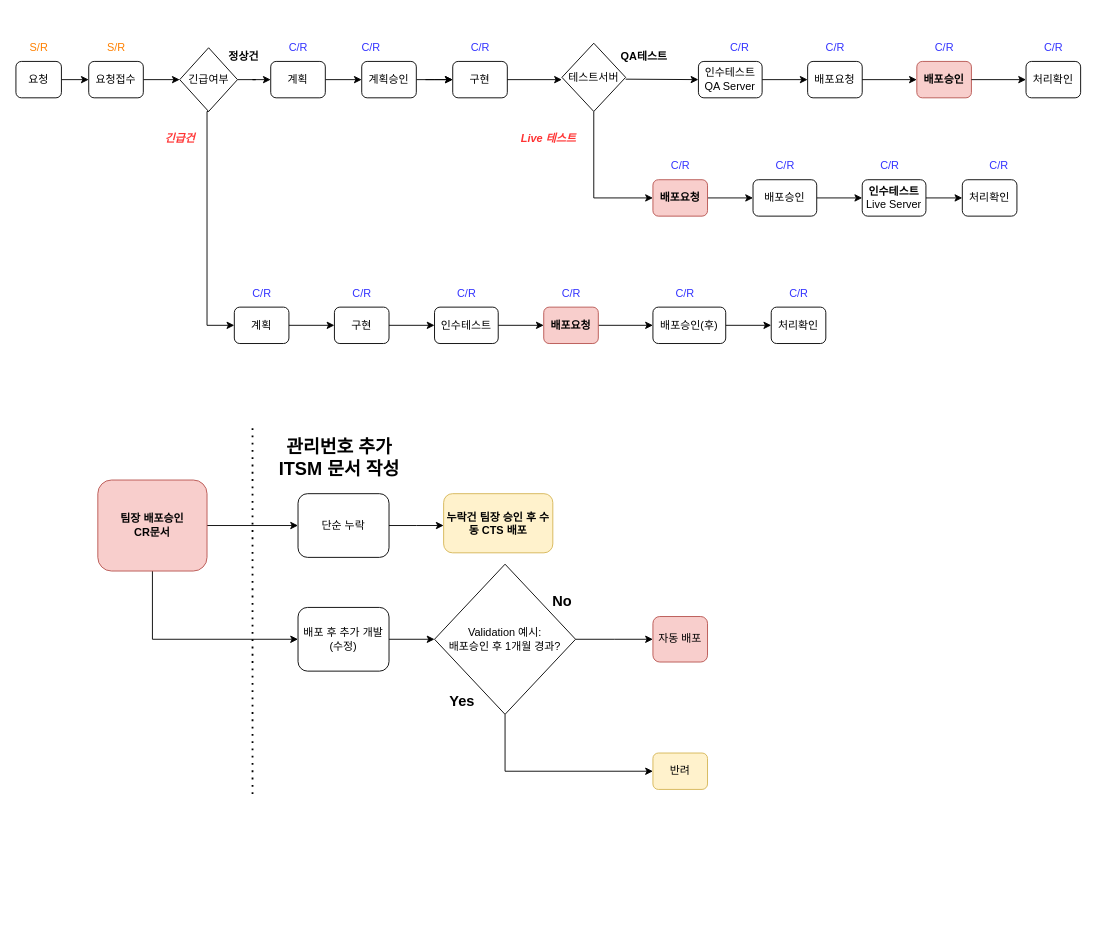
This is 제목 없는 다이어그램.drawio from attabooi/attabooi, a draw.io file, before an edit. Source tidied: cells renumbered, new cells numbered last; positions are measured from the earlier drawing's top-left corner, leaving out a move shared by most shapes. Both pictures are drawn from the tidied source at 91%, with x=0, y=0 at pixel (15, 34).
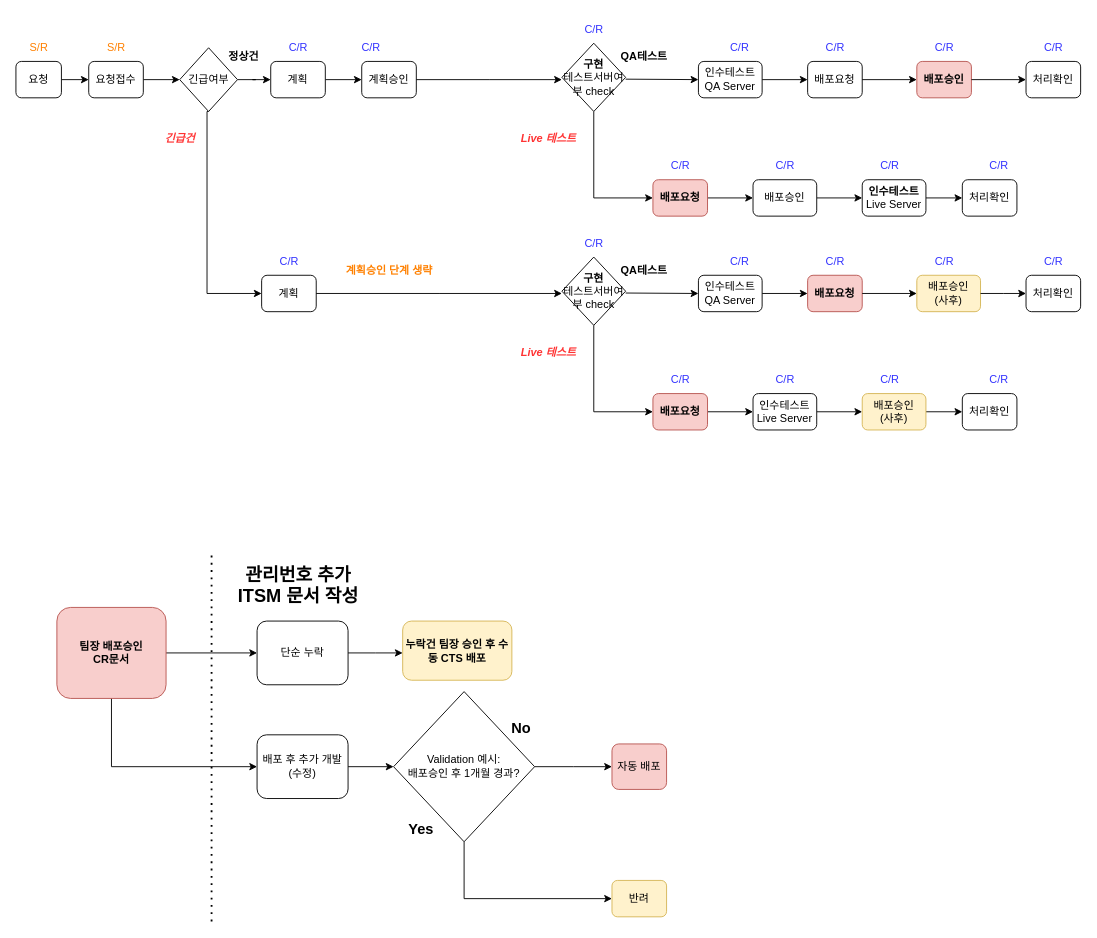
The same page after the edit.

Commit message:
제목 없는 다이어그램.drawio 업데이트

The change refers to these unchanged cells:
```xml
<mxCell id="10" value="계획승인" style="rounded=1;whiteSpace=wrap;html=1;fontSize=12;glass=0;strokeWidth=1;shadow=0;" parent="1" vertex="1">
  <mxGeometry x="380" y="30" width="60" height="40" as="geometry" />
</mxCell>
<mxCell id="31" value="긴급여부" style="rhombus;whiteSpace=wrap;html=1;" parent="1" vertex="1">
  <mxGeometry x="180" y="15" width="63.5" height="70" as="geometry" />
</mxCell>
```

The edit, as a diff of the source:
```diff
@@
+    <mxCell id="84" value="배포승인&lt;br&gt;(사후)" style="rounded=1;whiteSpace=wrap;html=1;fontSize=12;glass=0;strokeWidth=1;shadow=0;fontStyle=0;fillColor=#fff2cc;strokeColor=#d6b656;" parent="1" vertex="1">
+      <mxGeometry x="990" y="265" width="70" height="40" as="geometry" />
+    </mxCell>
@@
-    <mxCell id="9" style="edgeStyle=orthogonalEdgeStyle;rounded=0;jettySize=auto;html=1;exitX=1;exitY=0.5;exitDx=0;exitDy=0;" parent="1" edge="1" source="10">
-      <mxGeometry relative="1" as="geometry">
-        <mxPoint x="480" y="50" as="targetPoint" />
-      </mxGeometry>
-    </mxCell>
@@
-    <mxCell id="11" style="edgeStyle=orthogonalEdgeStyle;rounded=0;orthogonalLoop=1;jettySize=auto;html=1;" parent="1" edge="1">
-      <mxGeometry relative="1" as="geometry">
-        <mxPoint x="450" y="50" as="sourcePoint" />
-        <mxPoint x="480" y="50" as="targetPoint" />
-      </mxGeometry>
-    </mxCell>
-    <mxCell id="12" value="구현" style="rounded=1;whiteSpace=wrap;html=1;fontSize=12;glass=0;strokeWidth=1;shadow=0;" parent="1" vertex="1">
-      <mxGeometry x="480" y="30" width="60" height="40" as="geometry" />
-    </mxCell>
-    <mxCell id="13" style="edgeStyle=orthogonalEdgeStyle;rounded=0;orthogonalLoop=1;jettySize=auto;html=1;exitX=1;exitY=0.5;exitDx=0;exitDy=0;" parent="1" edge="1">
+    <mxCell id="13" style="edgeStyle=orthogonalEdgeStyle;rounded=0;jettySize=auto;html=1;exitX=1;exitY=0.5;exitDx=0;exitDy=0;" parent="1" edge="1" source="10">
       <mxGeometry relative="1" as="geometry">
-        <mxPoint x="540" y="50" as="sourcePoint" />
         <mxPoint x="600" y="50" as="targetPoint" />
       </mxGeometry>
     </mxCell>
@@
     <mxCell id="25" value="C/R" style="text;html=1;align=center;verticalAlign=middle;strokeColor=none;fillColor=none;fontColor=#3333FF;" parent="1" vertex="1">
-      <mxGeometry x="490" width="40" height="30" as="geometry" />
+      <mxGeometry x="615" y="-20" width="40" height="30" as="geometry" />
     </mxCell>
@@
     <mxCell id="30" style="edgeStyle=orthogonalEdgeStyle;rounded=0;jettySize=auto;html=1;exitX=0.5;exitY=1;exitDx=0;exitDy=0;entryX=0;entryY=0.5;entryDx=0;entryDy=0;" parent="1" edge="1" source="31" target="35">
       <mxGeometry relative="1" as="geometry">
         <Array as="points">
           <mxPoint x="210" y="85" />
-          <mxPoint x="210" y="320" />
+          <mxPoint x="210" y="285" />
         </Array>
       </mxGeometry>
     </mxCell>
@@
-    <mxCell id="34" style="edgeStyle=orthogonalEdgeStyle;rounded=0;jettySize=auto;html=1;exitX=1;exitY=0.5;exitDx=0;exitDy=0;entryX=0;entryY=0.5;entryDx=0;entryDy=0;" parent="1" edge="1" source="35" target="38">
-      <mxGeometry relative="1" as="geometry" />
-    </mxCell>
     <mxCell id="35" value="계획" style="rounded=1;whiteSpace=wrap;html=1;fontSize=12;glass=0;strokeWidth=1;shadow=0;" parent="1" vertex="1">
-      <mxGeometry x="240" y="300" width="60" height="40" as="geometry" />
+      <mxGeometry x="270" y="265" width="60" height="40" as="geometry" />
     </mxCell>
     <mxCell id="36" value="C/R" style="text;html=1;align=center;verticalAlign=middle;strokeColor=none;fillColor=none;fontColor=#3333FF;" parent="1" vertex="1">
-      <mxGeometry x="250" y="270" width="40" height="30" as="geometry" />
+      <mxGeometry x="280" y="235" width="40" height="30" as="geometry" />
     </mxCell>
-    <mxCell id="37" style="edgeStyle=orthogonalEdgeStyle;rounded=0;jettySize=auto;html=1;exitX=1;exitY=0.5;exitDx=0;exitDy=0;" parent="1" edge="1" source="38" target="41">
-      <mxGeometry relative="1" as="geometry" />
-    </mxCell>
-    <mxCell id="38" value="구현" style="rounded=1;whiteSpace=wrap;html=1;fontSize=12;glass=0;strokeWidth=1;shadow=0;" parent="1" vertex="1">
-      <mxGeometry x="350" y="300" width="60" height="40" as="geometry" />
-    </mxCell>
     <mxCell id="39" value="C/R" style="text;html=1;align=center;verticalAlign=middle;strokeColor=none;fillColor=none;fontColor=#3333FF;" parent="1" vertex="1">
-      <mxGeometry x="360" y="270" width="40" height="30" as="geometry" />
+      <mxGeometry x="615" y="215" width="40" height="30" as="geometry" />
     </mxCell>
-    <mxCell id="40" style="edgeStyle=orthogonalEdgeStyle;rounded=0;jettySize=auto;html=1;exitX=1;exitY=0.5;exitDx=0;exitDy=0;" parent="1" edge="1" source="41" target="44">
-      <mxGeometry relative="1" as="geometry" />
-    </mxCell>
-    <mxCell id="41" value="인수테스트" style="rounded=1;whiteSpace=wrap;html=1;fontSize=12;glass=0;strokeWidth=1;shadow=0;" parent="1" vertex="1">
-      <mxGeometry x="460" y="300" width="70" height="40" as="geometry" />
-    </mxCell>
-    <mxCell id="42" value="C/R" style="text;html=1;align=center;verticalAlign=middle;strokeColor=none;fillColor=none;fontColor=#3333FF;" parent="1" vertex="1">
-      <mxGeometry x="475" y="270" width="40" height="30" as="geometry" />
-    </mxCell>
-    <mxCell id="43" style="edgeStyle=orthogonalEdgeStyle;rounded=0;jettySize=auto;html=1;exitX=1;exitY=0.5;exitDx=0;exitDy=0;entryX=0;entryY=0.5;entryDx=0;entryDy=0;" parent="1" edge="1" source="44" target="47">
-      <mxGeometry relative="1" as="geometry" />
-    </mxCell>
-    <mxCell id="44" value="배포요청" style="rounded=1;whiteSpace=wrap;html=1;fontSize=12;glass=0;strokeWidth=1;shadow=0;fillColor=#f8cecc;strokeColor=#b85450;fontStyle=1;" parent="1" vertex="1">
-      <mxGeometry x="580" y="300" width="60" height="40" as="geometry" />
-    </mxCell>
-    <mxCell id="45" value="C/R" style="text;html=1;align=center;verticalAlign=middle;strokeColor=none;fillColor=none;fontColor=#3333FF;" parent="1" vertex="1">
-      <mxGeometry x="590" y="270" width="40" height="30" as="geometry" />
-    </mxCell>
-    <mxCell id="46" style="edgeStyle=orthogonalEdgeStyle;rounded=0;jettySize=auto;html=1;exitX=1;exitY=0.5;exitDx=0;exitDy=0;" parent="1" edge="1" source="47" target="49">
-      <mxGeometry relative="1" as="geometry" />
-    </mxCell>
-    <mxCell id="47" value="배포승인(후)" style="rounded=1;whiteSpace=wrap;html=1;fontSize=12;glass=0;strokeWidth=1;shadow=0;" parent="1" vertex="1">
-      <mxGeometry x="700" y="300" width="80" height="40" as="geometry" />
-    </mxCell>
-    <mxCell id="48" value="C/R" style="text;html=1;align=center;verticalAlign=middle;strokeColor=none;fillColor=none;fontColor=#3333FF;" parent="1" vertex="1">
-      <mxGeometry x="715" y="270" width="40" height="30" as="geometry" />
-    </mxCell>
-    <mxCell id="49" value="처리확인" style="rounded=1;whiteSpace=wrap;html=1;fontSize=12;glass=0;strokeWidth=1;shadow=0;" parent="1" vertex="1">
-      <mxGeometry x="830" y="300" width="60" height="40" as="geometry" />
-    </mxCell>
-    <mxCell id="50" value="C/R" style="text;html=1;align=center;verticalAlign=middle;strokeColor=none;fillColor=none;fontColor=#3333FF;" parent="1" vertex="1">
-      <mxGeometry x="840" y="270" width="40" height="30" as="geometry" />
-    </mxCell>
@@
-    <mxCell id="52" value="테스트서버" style="rhombus;whiteSpace=wrap;html=1;" parent="1" vertex="1">
+    <mxCell id="52" value="&lt;b&gt;구현&lt;/b&gt;&lt;br&gt;테스트서버여부 check" style="rhombus;whiteSpace=wrap;html=1;" parent="1" vertex="1">
       <mxGeometry x="600" y="10" width="70" height="75" as="geometry" />
     </mxCell>
@@
     <mxCell id="67" style="edgeStyle=orthogonalEdgeStyle;rounded=0;jettySize=auto;html=1;exitX=1;exitY=0.5;exitDx=0;exitDy=0;" parent="1" edge="1" source="68">
       <mxGeometry relative="1" as="geometry">
-        <mxPoint x="470" y="540" as="targetPoint" />
+        <mxPoint x="425" y="680" as="targetPoint" />
       </mxGeometry>
     </mxCell>
     <mxCell id="68" value="단순 누락" style="rounded=1;whiteSpace=wrap;html=1;fontSize=12;glass=0;strokeWidth=1;shadow=0;" parent="1" vertex="1">
-      <mxGeometry x="310" y="505" width="100" height="70" as="geometry" />
+      <mxGeometry x="265" y="645" width="100" height="70" as="geometry" />
     </mxCell>
@@
     <mxCell id="70" style="edgeStyle=orthogonalEdgeStyle;rounded=0;jettySize=auto;html=1;exitX=1;exitY=0.5;exitDx=0;exitDy=0;entryX=0;entryY=0.5;entryDx=0;entryDy=0;" parent="1" edge="1" source="71" target="79">
       <mxGeometry relative="1" as="geometry">
         <Array as="points">
-          <mxPoint x="150" y="540" />
-          <mxPoint x="150" y="665" />
+          <mxPoint x="105" y="680" />
+          <mxPoint x="105" y="805" />
         </Array>
       </mxGeometry>
     </mxCell>
     <mxCell id="71" value="팀장 배포승인&lt;br&gt;CR문서" style="rounded=1;whiteSpace=wrap;html=1;fontSize=12;glass=0;strokeWidth=1;shadow=0;fillColor=#f8cecc;strokeColor=#b85450;fontStyle=1;" parent="1" vertex="1">
-      <mxGeometry x="90" y="490" width="120" height="100" as="geometry" />
+      <mxGeometry x="45" y="630" width="120" height="100" as="geometry" />
     </mxCell>
     <mxCell id="72" value="관리번호 추가&lt;br&gt;ITSM 문서 작성" style="text;html=1;align=center;verticalAlign=middle;strokeColor=none;fillColor=none;fontStyle=1;fontSize=20;" parent="1" vertex="1">
-      <mxGeometry x="275" y="435" width="160" height="60" as="geometry" />
+      <mxGeometry x="230" y="575" width="160" height="60" as="geometry" />
     </mxCell>
     <mxCell id="73" style="edgeStyle=orthogonalEdgeStyle;rounded=0;jettySize=auto;html=1;exitX=1;exitY=0.5;exitDx=0;exitDy=0;" parent="1" edge="1" source="75">
       <mxGeometry relative="1" as="geometry">
-        <mxPoint x="700" y="665" as="targetPoint" />
+        <mxPoint x="655" y="805" as="targetPoint" />
       </mxGeometry>
     </mxCell>
@@
     <mxCell id="75" value="Validation 예시:&lt;br&gt;배포승인 후 1개월 경과?" style="rhombus;whiteSpace=wrap;html=1;" parent="1" vertex="1">
-      <mxGeometry x="460" y="582.5" width="155" height="165" as="geometry" />
+      <mxGeometry x="415" y="722.5" width="155" height="165" as="geometry" />
     </mxCell>
     <mxCell id="76" value="누락건 팀장 승인 후 수동 CTS 배포" style="rounded=1;whiteSpace=wrap;html=1;fontSize=12;glass=0;strokeWidth=1;shadow=0;fontStyle=1;fillColor=#fff2cc;strokeColor=#d6b656;" parent="1" vertex="1">
-      <mxGeometry x="470" y="505" width="120" height="65" as="geometry" />
+      <mxGeometry x="425" y="645" width="120" height="65" as="geometry" />
     </mxCell>
     <mxCell id="77" style="endArrow=none;dashed=1;html=1;dashPattern=1 3;strokeWidth=2;rounded=0;" parent="1" edge="1">
       <mxGeometry relative="1" as="geometry">
-        <mxPoint x="260" y="835" as="sourcePoint" />
-        <mxPoint x="260" y="430" as="targetPoint" />
+        <mxPoint x="215" y="975" as="sourcePoint" />
+        <mxPoint x="215" y="570" as="targetPoint" />
       </mxGeometry>
     </mxCell>
@@
     <mxCell id="79" value="배포 후 추가 개발(수정)" style="rounded=1;whiteSpace=wrap;html=1;fontSize=12;glass=0;strokeWidth=1;shadow=0;" parent="1" vertex="1">
-      <mxGeometry x="310" y="630" width="100" height="70" as="geometry" />
+      <mxGeometry x="265" y="770" width="100" height="70" as="geometry" />
     </mxCell>
     <mxCell id="80" value="No" style="text;html=1;align=center;verticalAlign=middle;strokeColor=none;fillColor=none;fontSize=16;fontStyle=1;" parent="1" vertex="1">
-      <mxGeometry x="580" y="608" width="40" height="30" as="geometry" />
+      <mxGeometry x="535" y="748" width="40" height="30" as="geometry" />
     </mxCell>
     <mxCell id="81" value="자동 배포" style="rounded=1;whiteSpace=wrap;html=1;fontSize=12;glass=0;strokeWidth=1;shadow=0;fillColor=#f8cecc;strokeColor=#b85450;" parent="1" vertex="1">
-      <mxGeometry x="700" y="640" width="60" height="50" as="geometry" />
+      <mxGeometry x="655" y="780" width="60" height="50" as="geometry" />
     </mxCell>
     <mxCell id="82" value="반려" style="rounded=1;whiteSpace=wrap;html=1;fontSize=12;glass=0;strokeWidth=1;shadow=0;fillColor=#fff2cc;strokeColor=#d6b656;" parent="1" vertex="1">
-      <mxGeometry x="700" y="790" width="60" height="40" as="geometry" />
+      <mxGeometry x="655" y="930" width="60" height="40" as="geometry" />
     </mxCell>
     <mxCell id="83" value="Yes" style="text;html=1;align=center;verticalAlign=middle;strokeColor=none;fillColor=none;fontSize=16;fontStyle=1;" parent="1" vertex="1">
-      <mxGeometry x="465" y="717.5" width="50" height="30" as="geometry" />
+      <mxGeometry x="420" y="857.5" width="50" height="30" as="geometry" />
     </mxCell>
+    <mxCell id="85" style="edgeStyle=orthogonalEdgeStyle;rounded=0;jettySize=auto;html=1;exitX=1;exitY=0.5;exitDx=0;exitDy=0;" parent="1" edge="1" source="35">
+      <mxGeometry relative="1" as="geometry">
+        <mxPoint x="600" y="285" as="targetPoint" />
+      </mxGeometry>
+    </mxCell>
+    <mxCell id="86" style="edgeStyle=orthogonalEdgeStyle;rounded=0;jettySize=auto;html=1;exitX=1;exitY=0.5;exitDx=0;exitDy=0;entryX=0;entryY=0.5;entryDx=0;entryDy=0;" parent="1" edge="1" source="87" target="88">
+      <mxGeometry relative="1" as="geometry" />
+    </mxCell>
+    <mxCell id="87" value="인수테스트&lt;br&gt;QA Server" style="rounded=1;whiteSpace=wrap;html=1;fontSize=12;glass=0;strokeWidth=1;shadow=0;" parent="1" vertex="1">
+      <mxGeometry x="750" y="265" width="70" height="40" as="geometry" />
+    </mxCell>
+    <mxCell id="88" value="배포요청" style="rounded=1;whiteSpace=wrap;html=1;fontSize=12;glass=0;strokeWidth=1;shadow=0;fontStyle=1;fillColor=#f8cecc;strokeColor=#b85450;" parent="1" vertex="1">
+      <mxGeometry x="870" y="265" width="60" height="40" as="geometry" />
+    </mxCell>
+    <mxCell id="89" style="edgeStyle=orthogonalEdgeStyle;rounded=0;orthogonalLoop=1;jettySize=auto;html=1;exitX=1;exitY=0.5;exitDx=0;exitDy=0;" parent="1" edge="1">
+      <mxGeometry relative="1" as="geometry">
+        <mxPoint x="930" y="285" as="sourcePoint" />
+        <mxPoint x="990" y="285" as="targetPoint" />
+      </mxGeometry>
+    </mxCell>
+    <mxCell id="90" style="edgeStyle=orthogonalEdgeStyle;rounded=0;jettySize=auto;html=1;exitX=1;exitY=0.5;exitDx=0;exitDy=0;" parent="1" edge="1" source="84">
+      <mxGeometry relative="1" as="geometry">
+        <mxPoint x="1110" y="285" as="targetPoint" />
+      </mxGeometry>
+    </mxCell>
+    <mxCell id="91" value="처리확인" style="rounded=1;whiteSpace=wrap;html=1;fontSize=12;glass=0;strokeWidth=1;shadow=0;" parent="1" vertex="1">
+      <mxGeometry x="1110" y="265" width="60" height="40" as="geometry" />
+    </mxCell>
+    <mxCell id="92" value="C/R" style="text;html=1;align=center;verticalAlign=middle;strokeColor=none;fillColor=none;fontColor=#3333FF;" parent="1" vertex="1">
+      <mxGeometry x="775" y="235" width="40" height="30" as="geometry" />
+    </mxCell>
+    <mxCell id="93" value="C/R" style="text;html=1;align=center;verticalAlign=middle;strokeColor=none;fillColor=none;fontColor=#3333FF;" parent="1" vertex="1">
+      <mxGeometry x="880" y="235" width="40" height="30" as="geometry" />
+    </mxCell>
+    <mxCell id="94" value="C/R" style="text;html=1;align=center;verticalAlign=middle;strokeColor=none;fillColor=none;fontColor=#3333FF;" parent="1" vertex="1">
+      <mxGeometry x="1000" y="235" width="40" height="30" as="geometry" />
+    </mxCell>
+    <mxCell id="95" value="C/R" style="text;html=1;align=center;verticalAlign=middle;strokeColor=none;fillColor=none;fontColor=#3333FF;" parent="1" vertex="1">
+      <mxGeometry x="1120" y="235" width="40" height="30" as="geometry" />
+    </mxCell>
+    <mxCell id="96" style="edgeStyle=orthogonalEdgeStyle;rounded=0;jettySize=auto;html=1;exitX=0.5;exitY=1;exitDx=0;exitDy=0;" parent="1" edge="1" source="97">
+      <mxGeometry relative="1" as="geometry">
+        <mxPoint x="700" y="415" as="targetPoint" />
+        <Array as="points">
+          <mxPoint x="635" y="415" />
+        </Array>
+      </mxGeometry>
+    </mxCell>
+    <mxCell id="97" value="&lt;b style=&quot;border-color: var(--border-color);&quot;&gt;구현&lt;/b&gt;&lt;br style=&quot;border-color: var(--border-color);&quot;&gt;테스트서버여부 check" style="rhombus;whiteSpace=wrap;html=1;" parent="1" vertex="1">
+      <mxGeometry x="600" y="245" width="70" height="75" as="geometry" />
+    </mxCell>
+    <mxCell id="98" value="QA테스트" style="text;html=1;align=center;verticalAlign=middle;strokeColor=none;fillColor=none;fontStyle=1;" parent="1" vertex="1">
+      <mxGeometry x="650" y="245" width="80" height="30" as="geometry" />
+    </mxCell>
+    <mxCell id="99" value="Live 테스트" style="text;html=1;align=center;verticalAlign=middle;strokeColor=none;fillColor=none;fontStyle=3;fontColor=#FF3333;" parent="1" vertex="1">
+      <mxGeometry x="540" y="335" width="90" height="30" as="geometry" />
+    </mxCell>
+    <mxCell id="100" style="edgeStyle=orthogonalEdgeStyle;rounded=0;jettySize=auto;html=1;exitX=1;exitY=0.5;exitDx=0;exitDy=0;entryX=0;entryY=0.5;entryDx=0;entryDy=0;" parent="1" edge="1" source="44" target="103">
+      <mxGeometry relative="1" as="geometry" />
+    </mxCell>
+    <mxCell id="44" value="배포요청" style="rounded=1;whiteSpace=wrap;html=1;fontSize=12;glass=0;strokeWidth=1;shadow=0;fillColor=#f8cecc;strokeColor=#b85450;fontStyle=1;" parent="1" vertex="1">
+      <mxGeometry x="700" y="395" width="60" height="40" as="geometry" />
+    </mxCell>
+    <mxCell id="101" value="C/R" style="text;html=1;align=center;verticalAlign=middle;strokeColor=none;fillColor=none;fontColor=#3333FF;" parent="1" vertex="1">
+      <mxGeometry x="710" y="365" width="40" height="30" as="geometry" />
+    </mxCell>
+    <mxCell id="102" style="edgeStyle=orthogonalEdgeStyle;rounded=0;jettySize=auto;html=1;exitX=1;exitY=0.5;exitDx=0;exitDy=0;entryX=0;entryY=0.5;entryDx=0;entryDy=0;" parent="1" edge="1" source="103" target="107">
+      <mxGeometry relative="1" as="geometry" />
+    </mxCell>
+    <mxCell id="103" value="인수테스트&lt;br style=&quot;border-color: var(--border-color);&quot;&gt;&lt;span style=&quot;border-color: var(--border-color);&quot;&gt;Live Server&lt;/span&gt;" style="rounded=1;whiteSpace=wrap;html=1;fontSize=12;glass=0;strokeWidth=1;shadow=0;" parent="1" vertex="1">
+      <mxGeometry x="810" y="395" width="70" height="40" as="geometry" />
+    </mxCell>
+    <mxCell id="104" value="C/R" style="text;html=1;align=center;verticalAlign=middle;strokeColor=none;fillColor=none;fontColor=#3333FF;" parent="1" vertex="1">
+      <mxGeometry x="825" y="365" width="40" height="30" as="geometry" />
+    </mxCell>
+    <mxCell id="105" style="edgeStyle=orthogonalEdgeStyle;rounded=0;jettySize=auto;html=1;exitX=1;exitY=0.5;exitDx=0;exitDy=0;entryX=0;entryY=0.5;entryDx=0;entryDy=0;" parent="1" edge="1" target="87">
+      <mxGeometry relative="1" as="geometry">
+        <mxPoint x="670" y="284.5" as="sourcePoint" />
+      </mxGeometry>
+    </mxCell>
+    <mxCell id="106" style="edgeStyle=orthogonalEdgeStyle;rounded=0;jettySize=auto;html=1;exitX=1;exitY=0.5;exitDx=0;exitDy=0;entryX=0;entryY=0.5;entryDx=0;entryDy=0;" parent="1" edge="1" source="107" target="108">
+      <mxGeometry relative="1" as="geometry" />
+    </mxCell>
+    <mxCell id="107" value="배포승인&lt;br&gt;(사후)" style="rounded=1;whiteSpace=wrap;html=1;fontSize=12;glass=0;strokeWidth=1;shadow=0;fontStyle=0;fillColor=#fff2cc;strokeColor=#d6b656;" parent="1" vertex="1">
+      <mxGeometry x="930" y="395" width="70" height="40" as="geometry" />
+    </mxCell>
+    <mxCell id="108" value="처리확인" style="rounded=1;whiteSpace=wrap;html=1;fontSize=12;glass=0;strokeWidth=1;shadow=0;" parent="1" vertex="1">
+      <mxGeometry x="1040" y="395" width="60" height="40" as="geometry" />
+    </mxCell>
+    <mxCell id="109" value="C/R" style="text;html=1;align=center;verticalAlign=middle;strokeColor=none;fillColor=none;fontColor=#3333FF;" parent="1" vertex="1">
+      <mxGeometry x="940" y="365" width="40" height="30" as="geometry" />
+    </mxCell>
+    <mxCell id="110" value="C/R" style="text;html=1;align=center;verticalAlign=middle;strokeColor=none;fillColor=none;fontColor=#3333FF;" parent="1" vertex="1">
+      <mxGeometry x="1060" y="365" width="40" height="30" as="geometry" />
+    </mxCell>
+    <mxCell id="111" value="계획승인 단계 생략" style="text;html=1;align=center;verticalAlign=middle;strokeColor=none;fillColor=none;fontStyle=1;fontColor=#FF8000;" parent="1" vertex="1">
+      <mxGeometry x="345" y="245" width="130" height="30" as="geometry" />
+    </mxCell>
```
